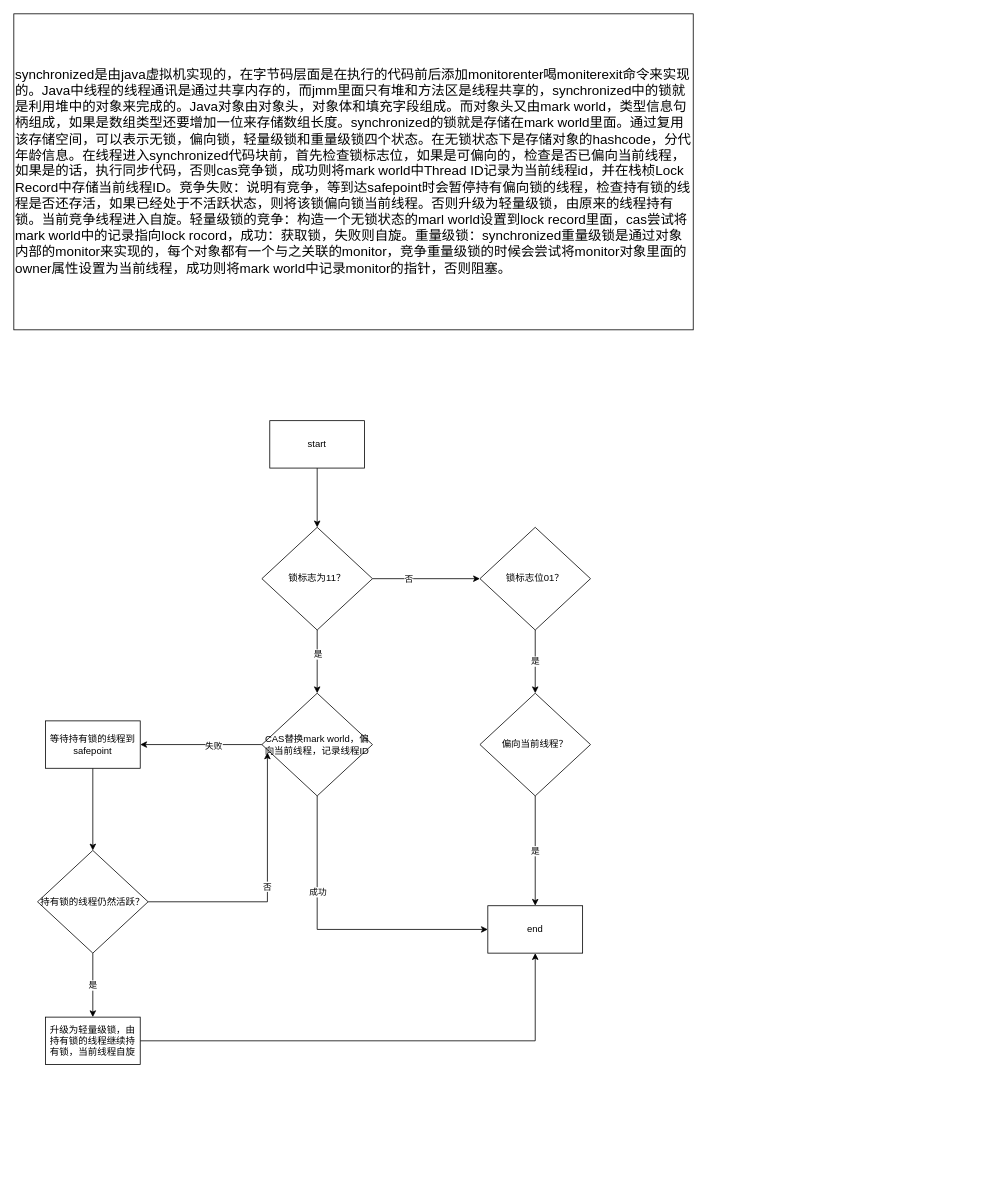
Before: page "synchronized" (4 of 4) of graphics/ReentrantLock、synchronized&AQS.drawio in xiaomingcong/learnAlgorithm, a draw.io diagram. Source tidied: cells renumbered, new cells numbered last; positions are measured from the earlier drawing's top-left corner, leaving out a move shared by most shapes. Both pictures are drawn from the tidied source at 79%, with x=0, y=0 at pixel (13, 13).
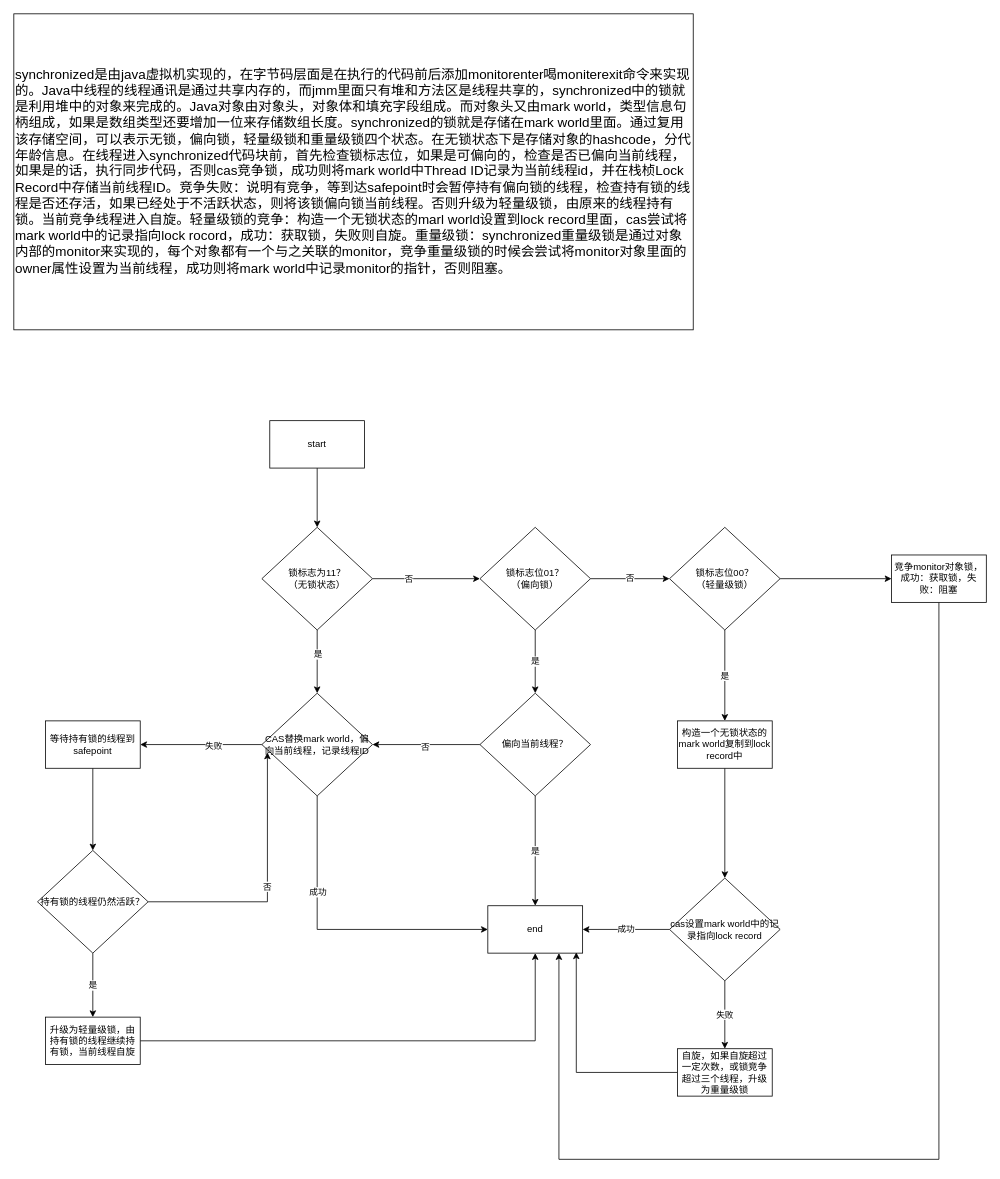
The same diagram, later.

The change refers to these unchanged cells:
```xml
<mxCell id="14" value="CAS替换mark world，偏向当前线程，记录线程ID" style="rhombus;whiteSpace=wrap;html=1;fontFamily=Helvetica;fontSize=12;fontColor=default;" parent="1" vertex="1">
  <mxGeometry x="314" y="860" width="140" height="130" as="geometry" />
</mxCell>
<mxCell id="18" value="偏向当前线程？" style="rhombus;whiteSpace=wrap;html=1;fontFamily=Helvetica;fontSize=12;fontColor=default;" parent="1" vertex="1">
  <mxGeometry x="590" y="860" width="140" height="130" as="geometry" />
</mxCell>
<mxCell id="19" value="end" style="whiteSpace=wrap;html=1;" parent="1" vertex="1">
  <mxGeometry x="600" y="1129" width="120" height="60" as="geometry" />
</mxCell>
```

The edit, as a diff of the source:
```diff
@@
-    <mxCell id="9" value="锁标志为11？" style="rhombus;whiteSpace=wrap;html=1;fontFamily=Helvetica;fontSize=12;fontColor=default;" parent="1" vertex="1">
+    <mxCell id="9" value="锁标志为11？&lt;br&gt;（无锁状态）" style="rhombus;whiteSpace=wrap;html=1;fontFamily=Helvetica;fontSize=12;fontColor=default;" parent="1" vertex="1">
       <mxGeometry x="314" y="650" width="140" height="130" as="geometry" />
     </mxCell>
@@
+    <mxCell id="27" value="否" style="edgeStyle=orthogonalEdgeStyle;rounded=0;jettySize=auto;html=1;" parent="1" edge="1" source="16" target="32">
+      <mxGeometry relative="1" as="geometry" />
+    </mxCell>
-    <mxCell id="16" value="锁标志位01？" style="rhombus;whiteSpace=wrap;html=1;fontFamily=Helvetica;fontSize=12;fontColor=default;" parent="1" vertex="1">
+    <mxCell id="16" value="锁标志位01？&lt;br&gt;（偏向锁）" style="rhombus;whiteSpace=wrap;html=1;fontFamily=Helvetica;fontSize=12;fontColor=default;" parent="1" vertex="1">
       <mxGeometry x="590" y="650" width="140" height="130" as="geometry" />
     </mxCell>
@@
+    <mxCell id="28" style="edgeStyle=orthogonalEdgeStyle;rounded=0;jettySize=auto;html=1;entryX=1;entryY=0.5;entryDx=0;entryDy=0;" parent="1" edge="1" source="18" target="14">
+      <mxGeometry relative="1" as="geometry" />
+    </mxCell>
+    <mxCell id="29" value="否" style="edgeLabel;html=1;align=center;verticalAlign=middle;" parent="28" vertex="1">
+      <mxGeometry x="0.03" y="2" relative="1" as="geometry" />
+    </mxCell>
@@
+    <mxCell id="30" value="是" style="edgeStyle=orthogonalEdgeStyle;rounded=0;jettySize=auto;html=1;entryX=0.5;entryY=0;entryDx=0;entryDy=0;" parent="1" edge="1" source="32" target="34">
+      <mxGeometry relative="1" as="geometry" />
+    </mxCell>
+    <mxCell id="31" style="edgeStyle=orthogonalEdgeStyle;rounded=0;jettySize=auto;html=1;entryX=0;entryY=0.5;entryDx=0;entryDy=0;" parent="1" edge="1" source="32" target="41">
+      <mxGeometry relative="1" as="geometry" />
+    </mxCell>
+    <mxCell id="32" value="锁标志位00？&lt;br&gt;（轻量级锁）" style="rhombus;whiteSpace=wrap;html=1;fontFamily=Helvetica;fontSize=12;fontColor=default;" parent="1" vertex="1">
+      <mxGeometry x="830" y="650" width="140" height="130" as="geometry" />
+    </mxCell>
+    <mxCell id="33" style="edgeStyle=orthogonalEdgeStyle;rounded=0;jettySize=auto;html=1;entryX=0.5;entryY=0;entryDx=0;entryDy=0;" parent="1" edge="1" source="34" target="37">
+      <mxGeometry relative="1" as="geometry" />
+    </mxCell>
+    <mxCell id="34" value="构造一个无锁状态的mark world复制到lock record中" style="whiteSpace=wrap;html=1;" parent="1" vertex="1">
+      <mxGeometry x="840" y="895" width="120" height="60" as="geometry" />
+    </mxCell>
+    <mxCell id="35" value="成功" style="edgeStyle=orthogonalEdgeStyle;rounded=0;jettySize=auto;html=1;entryX=1;entryY=0.5;entryDx=0;entryDy=0;" parent="1" edge="1" source="37" target="19">
+      <mxGeometry relative="1" as="geometry" />
+    </mxCell>
+    <mxCell id="36" value="失败" style="edgeStyle=orthogonalEdgeStyle;rounded=0;jettySize=auto;html=1;entryX=0.5;entryY=0;entryDx=0;entryDy=0;" parent="1" edge="1" source="37" target="39">
+      <mxGeometry relative="1" as="geometry" />
+    </mxCell>
+    <mxCell id="37" value="cas设置mark world中的记录指向lock record" style="rhombus;whiteSpace=wrap;html=1;fontFamily=Helvetica;fontSize=12;fontColor=default;" parent="1" vertex="1">
+      <mxGeometry x="830" y="1094" width="140" height="130" as="geometry" />
+    </mxCell>
+    <mxCell id="38" style="edgeStyle=orthogonalEdgeStyle;rounded=0;jettySize=auto;html=1;entryX=0.933;entryY=0.983;entryDx=0;entryDy=0;entryPerimeter=0;" parent="1" edge="1" source="39" target="19">
+      <mxGeometry relative="1" as="geometry" />
+    </mxCell>
+    <mxCell id="39" value="自旋，如果自旋超过一定次数，或锁竞争超过三个线程，升级为重量级锁" style="whiteSpace=wrap;html=1;" parent="1" vertex="1">
+      <mxGeometry x="840" y="1310" width="120" height="60" as="geometry" />
+    </mxCell>
+    <mxCell id="40" style="edgeStyle=orthogonalEdgeStyle;rounded=0;jettySize=auto;html=1;entryX=0.75;entryY=1;entryDx=0;entryDy=0;" parent="1" edge="1" source="41" target="19">
+      <mxGeometry relative="1" as="geometry">
+        <Array as="points">
+          <mxPoint x="1171" y="1450" />
+          <mxPoint x="690" y="1450" />
+        </Array>
+      </mxGeometry>
+    </mxCell>
+    <mxCell id="41" value="竞争monitor对象锁，成功：获取锁，失败：阻塞" style="whiteSpace=wrap;html=1;" parent="1" vertex="1">
+      <mxGeometry x="1111" y="685" width="120" height="60" as="geometry" />
+    </mxCell>
```
